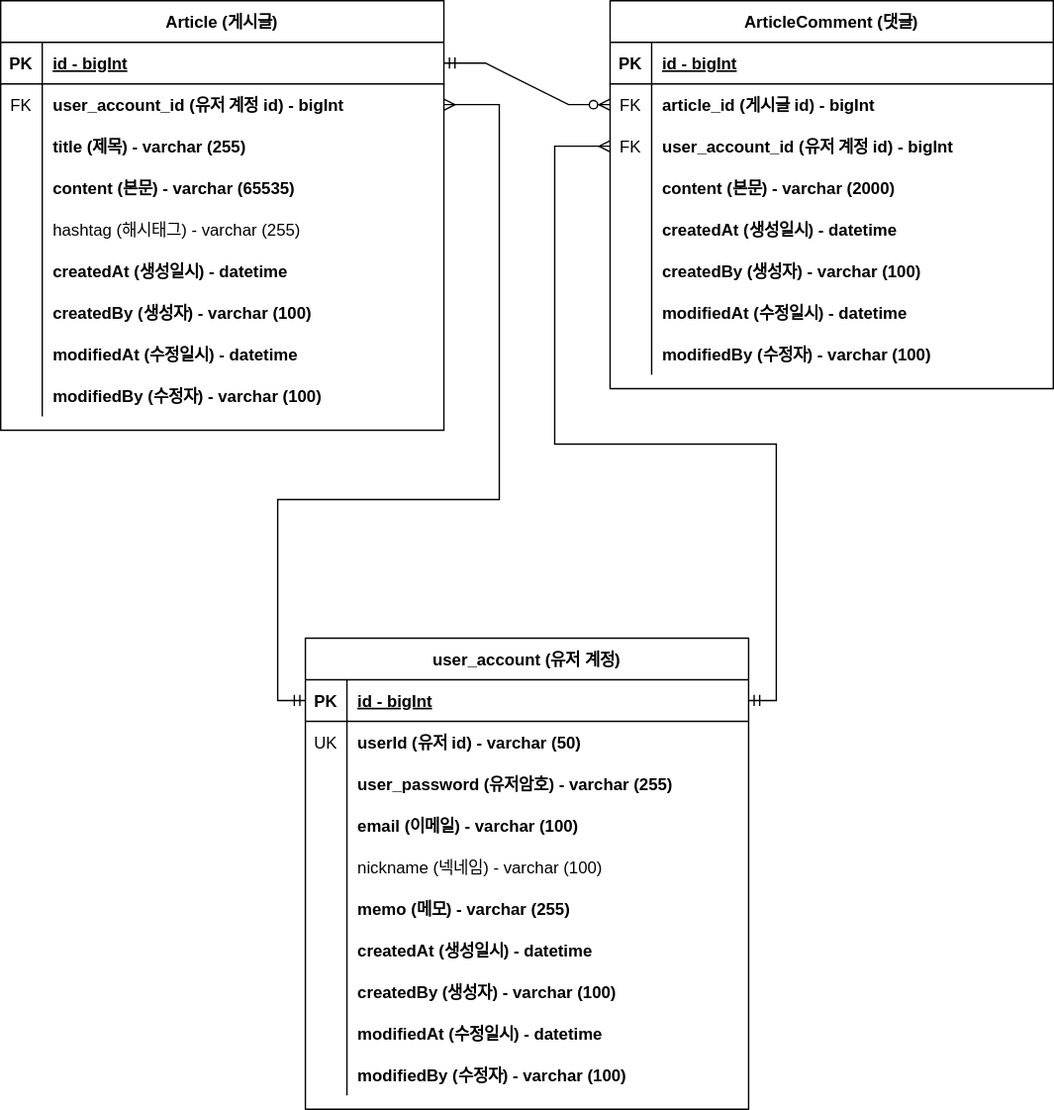
This is document/project-board-erd.svg from kkyul29/travely-project-board, a draw.io export, as it was before one commit. Source tidied: cells renumbered, new cells last; positions are measured from the earlier drawing's top-left corner, leaving out a move shared by most shapes.
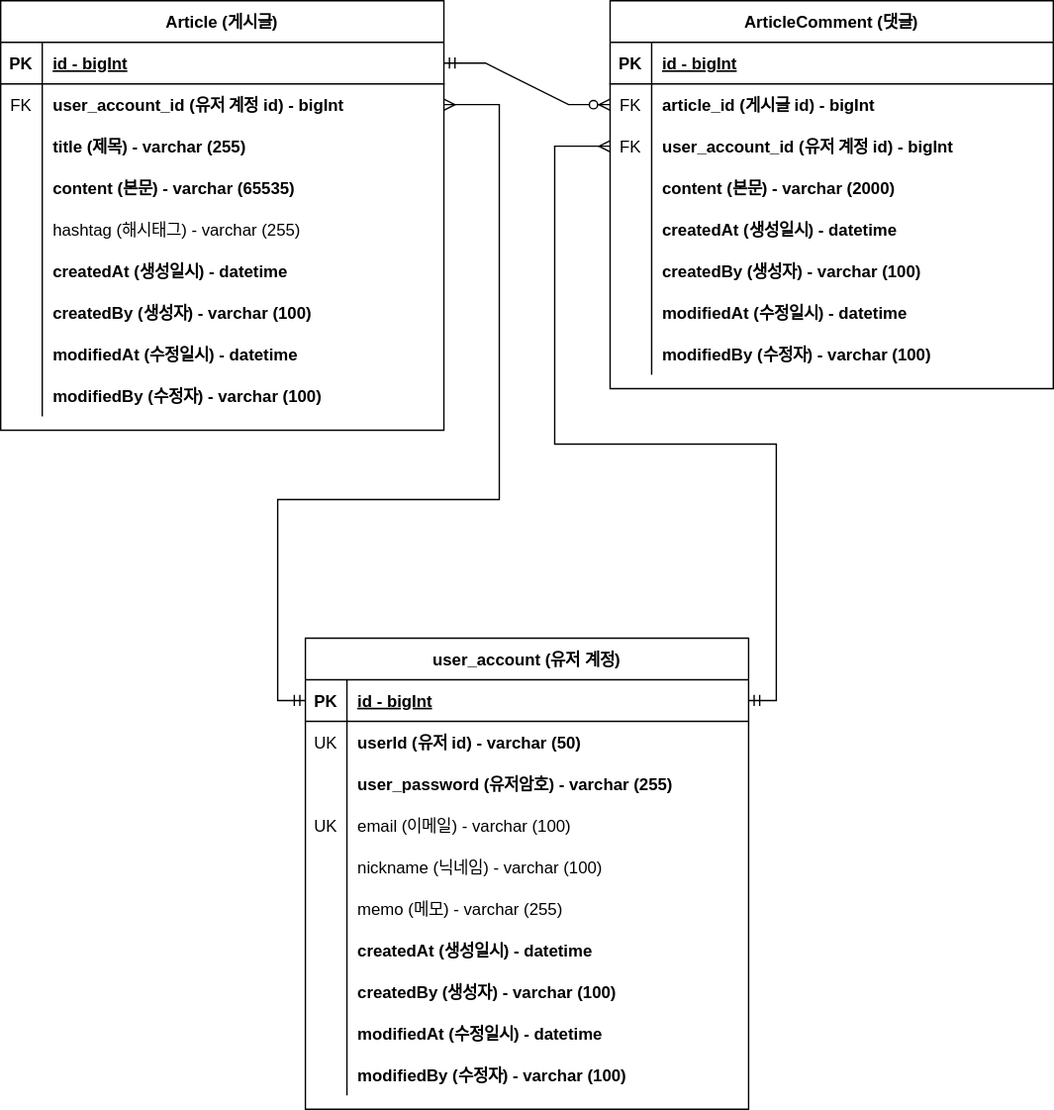
After the change.

Diff of the diagram source:
```diff
@@ -197,10 +197,10 @@
     <mxCell id="66" style="shape=partialRectangle;fillColor=none;top=0;left=0;right=0;bottom=0;" parent="56" vertex="1">
       <mxGeometry y="120" width="320" height="30" as="geometry" />
     </mxCell>
-    <mxCell id="67" style="shape=partialRectangle;overflow=hidden;fillColor=none;top=0;left=0;bottom=0;right=0;" parent="66" vertex="1">
+    <mxCell id="67" value="UK" style="shape=partialRectangle;overflow=hidden;fillColor=none;top=0;left=0;bottom=0;right=0;" parent="66" vertex="1">
       <mxGeometry width="30" height="30" as="geometry" />
     </mxCell>
-    <mxCell id="68" value="email (이메일) - varchar (100)" style="shape=partialRectangle;overflow=hidden;fillColor=none;top=0;left=0;bottom=0;right=0;align=left;spacingLeft=6;fontStyle=1;" parent="66" vertex="1">
+    <mxCell id="68" value="email (이메일) - varchar (100)" style="shape=partialRectangle;overflow=hidden;fillColor=none;top=0;left=0;bottom=0;right=0;align=left;spacingLeft=6;fontStyle=0;" parent="66" vertex="1">
       <mxGeometry x="30" width="290" height="30" as="geometry" />
     </mxCell>
     <mxCell id="69" style="shape=partialRectangle;fillColor=none;top=0;left=0;right=0;bottom=0;" parent="56" vertex="1">
@@ -209,7 +209,7 @@
     <mxCell id="70" style="shape=partialRectangle;overflow=hidden;fillColor=none;top=0;left=0;bottom=0;right=0;" parent="69" vertex="1">
       <mxGeometry width="30" height="30" as="geometry" />
     </mxCell>
-    <mxCell id="71" value="nickname (넥네임) - varchar (100)" style="shape=partialRectangle;overflow=hidden;fillColor=none;top=0;left=0;bottom=0;right=0;align=left;spacingLeft=6;" parent="69" vertex="1">
+    <mxCell id="71" value="nickname (닉네임) - varchar (100)" style="shape=partialRectangle;overflow=hidden;fillColor=none;top=0;left=0;bottom=0;right=0;align=left;spacingLeft=6;" parent="69" vertex="1">
       <mxGeometry x="30" width="290" height="30" as="geometry" />
     </mxCell>
     <mxCell id="72" style="shape=partialRectangle;fillColor=none;top=0;left=0;right=0;bottom=0;" parent="56" vertex="1">
@@ -218,7 +218,7 @@
     <mxCell id="73" style="shape=partialRectangle;overflow=hidden;fillColor=none;top=0;left=0;bottom=0;right=0;" parent="72" vertex="1">
       <mxGeometry width="30" height="30" as="geometry" />
     </mxCell>
-    <mxCell id="74" value="memo (메모) - varchar (255)" style="shape=partialRectangle;overflow=hidden;fillColor=none;top=0;left=0;bottom=0;right=0;align=left;spacingLeft=6;fontStyle=1;" parent="72" vertex="1">
+    <mxCell id="74" value="memo (메모) - varchar (255)" style="shape=partialRectangle;overflow=hidden;fillColor=none;top=0;left=0;bottom=0;right=0;align=left;spacingLeft=6;fontStyle=0;" parent="72" vertex="1">
       <mxGeometry x="30" width="290" height="30" as="geometry" />
     </mxCell>
     <mxCell id="75" style="shape=partialRectangle;fillColor=none;top=0;left=0;right=0;bottom=0;" parent="56" vertex="1">
```
